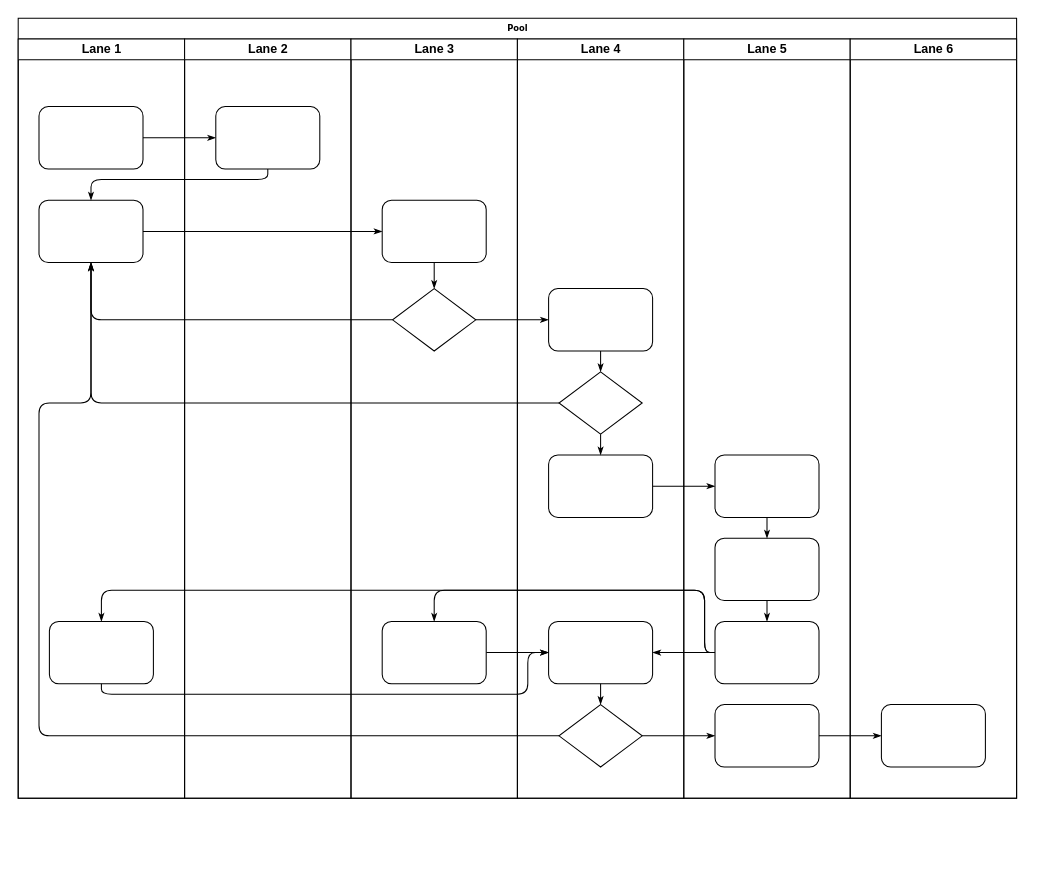
This is page "Page-1" (1 of 2) of KI Flusso Telefonia Nimbus.drawio from EugeMere/diagrams, a draw.io file, before an edit. Source tidied: cells renumbered, new cells numbered last; positions are measured from the earlier drawing's top-left corner, leaving out a move shared by most shapes. Both pictures are drawn from the tidied source at 104%, with x=0, y=0 at pixel (18, 18).
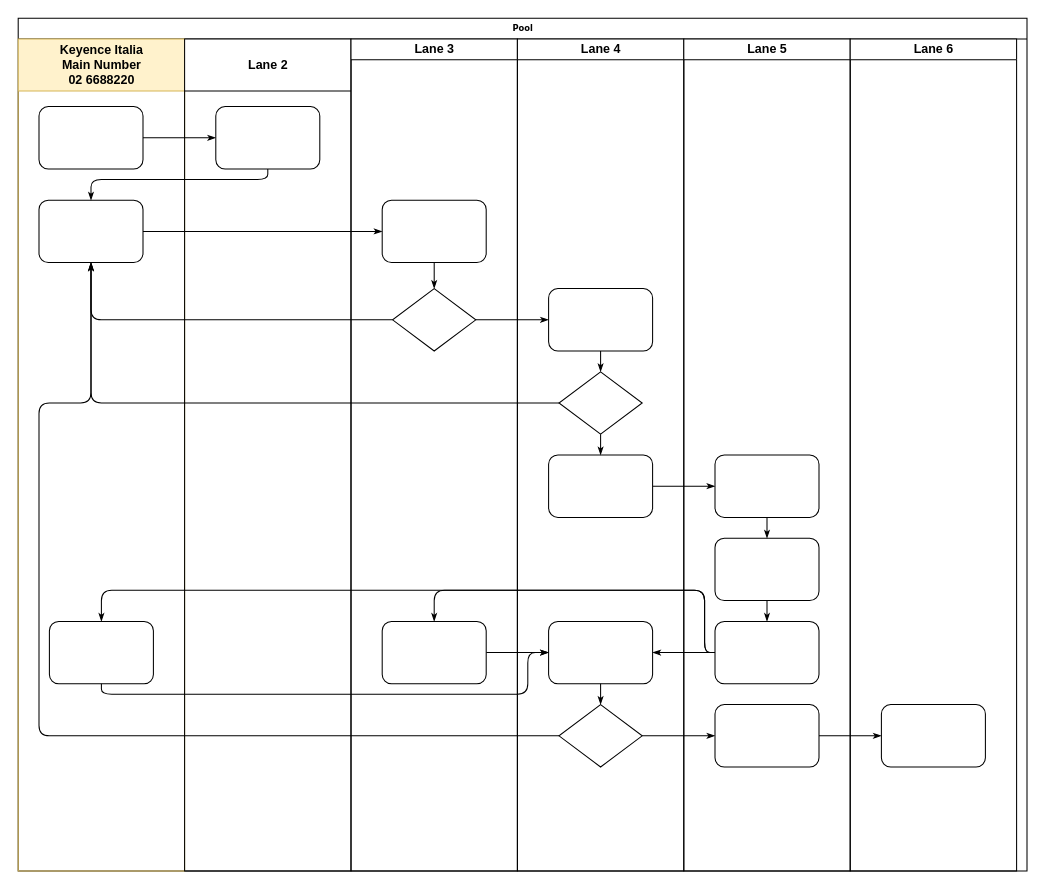
After the change.

Diff of the diagram source:
```diff
@@
-    <mxCell id="2" value="Pool" style="swimlane;html=1;startSize=20;rounded=0;shadow=0;labelBackgroundColor=none;strokeWidth=1;fontFamily=Verdana;fontSize=8;align=center;" parent="1" vertex="1">
-      <mxGeometry width="960" height="750" as="geometry" />
+    <mxCell id="2" value="Pool" style="swimlane;html=1;startSize=20;rounded=0;shadow=0;labelBackgroundColor=none;strokeWidth=1;fontFamily=Verdana;fontSize=8;align=center;movableLabel=0;backgroundOutline=0;swimlaneHead=1;swimlaneBody=1;labelPadding=0;noLabel=0;" parent="1" vertex="1">
+      <mxGeometry width="970" height="820" as="geometry" />
     </mxCell>
-    <mxCell id="3" value="Lane 1" style="swimlane;html=1;startSize=20;" parent="2" vertex="1">
-      <mxGeometry y="20" width="160" height="730" as="geometry" />
+    <mxCell id="3" value="Keyence Italia&lt;br&gt;Main Number&lt;br&gt;02 6688220" style="swimlane;html=1;startSize=50;labelPadding=0;movableLabel=0;fillColor=#fff2cc;strokeColor=#d6b656;" parent="2" vertex="1">
+      <mxGeometry y="20" width="160" height="800" as="geometry" />
     </mxCell>
@@
-    <mxCell id="22" value="Lane 2" style="swimlane;html=1;startSize=20;" parent="2" vertex="1">
-      <mxGeometry x="160" y="20" width="160" height="730" as="geometry" />
+    <mxCell id="22" value="Lane 2" style="swimlane;html=1;startSize=50;" parent="2" vertex="1">
+      <mxGeometry x="160" y="20" width="160" height="800" as="geometry" />
     </mxCell>
@@
     <mxCell id="24" value="Lane 3" style="swimlane;html=1;startSize=20;" parent="2" vertex="1">
-      <mxGeometry x="320" y="20" width="160" height="730" as="geometry" />
+      <mxGeometry x="320" y="20" width="160" height="800" as="geometry" />
     </mxCell>
@@
     <mxCell id="29" value="Lane 4" style="swimlane;html=1;startSize=20;" parent="2" vertex="1">
-      <mxGeometry x="480" y="20" width="160" height="730" as="geometry" />
+      <mxGeometry x="480" y="20" width="160" height="800" as="geometry" />
     </mxCell>
@@
     <mxCell id="38" value="Lane 5" style="swimlane;html=1;startSize=20;" parent="2" vertex="1">
-      <mxGeometry x="640" y="20" width="160" height="730" as="geometry" />
+      <mxGeometry x="640" y="20" width="160" height="800" as="geometry" />
     </mxCell>
@@
     <mxCell id="45" value="Lane 6" style="swimlane;html=1;startSize=20;" parent="2" vertex="1">
-      <mxGeometry x="800" y="20" width="160" height="730" as="geometry" />
+      <mxGeometry x="800" y="20" width="160" height="800" as="geometry" />
     </mxCell>
```
